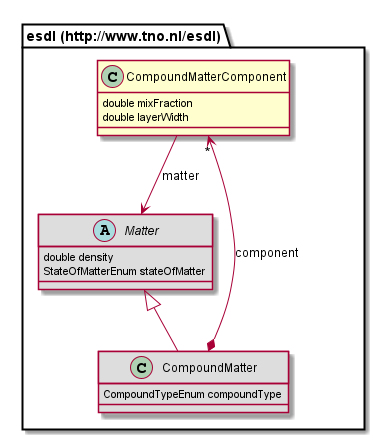
Above: 687474703a2f2f7777772e746e6f2e6e6c2f6573646c/CompoundMatterComponent.png in EnergyTransition/energytransition.github.io (PlantUML), before the change.
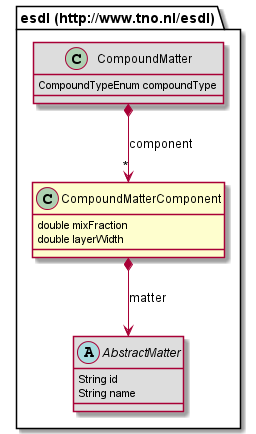
After the commit.

What changed in the source:
```diff
@@ -3,14 +3,13 @@
 	double mixFraction
 	double layerWidth
 }
+abstract class "esdl (http://www.tno.nl/esdl).AbstractMatter" [[#router/doc-content/687474703a2f2f7777772e746e6f2e6e6c2f6573646c/AbstractMatter.html{Abstract class for describing Matters, can be instantiated as a subclass of Matter or as a MatterReference.}]] #DDDDDD {
+	String id
+	String name
+}
 class "esdl (http://www.tno.nl/esdl).CompoundMatter" [[#router/doc-content/687474703a2f2f7777772e746e6f2e6e6c2f6573646c/CompoundMatter.html{Composition of different Matters, either mixed (mix of gasses or liquids) or layered. }]] #DDDDDD {
 	CompoundTypeEnum compoundType
 }
-abstract class "esdl (http://www.tno.nl/esdl).Matter" [[#router/doc-content/687474703a2f2f7777772e746e6f2e6e6c2f6573646c/Matter.html{Abstract class for describing matters. }]] #DDDDDD {
-	double density
-	StateOfMatterEnum stateOfMatter
-}
-"esdl (http://www.tno.nl/esdl).Matter" <|-- "esdl (http://www.tno.nl/esdl).CompoundMatter"
-"esdl (http://www.tno.nl/esdl).CompoundMatterComponent" --> "esdl (http://www.tno.nl/esdl).Matter" : matter
+"esdl (http://www.tno.nl/esdl).CompoundMatterComponent" *--> "esdl (http://www.tno.nl/esdl).AbstractMatter" : matter
 "esdl (http://www.tno.nl/esdl).CompoundMatter" *--> "*" "esdl (http://www.tno.nl/esdl).CompoundMatterComponent" : component
 @enduml
```
